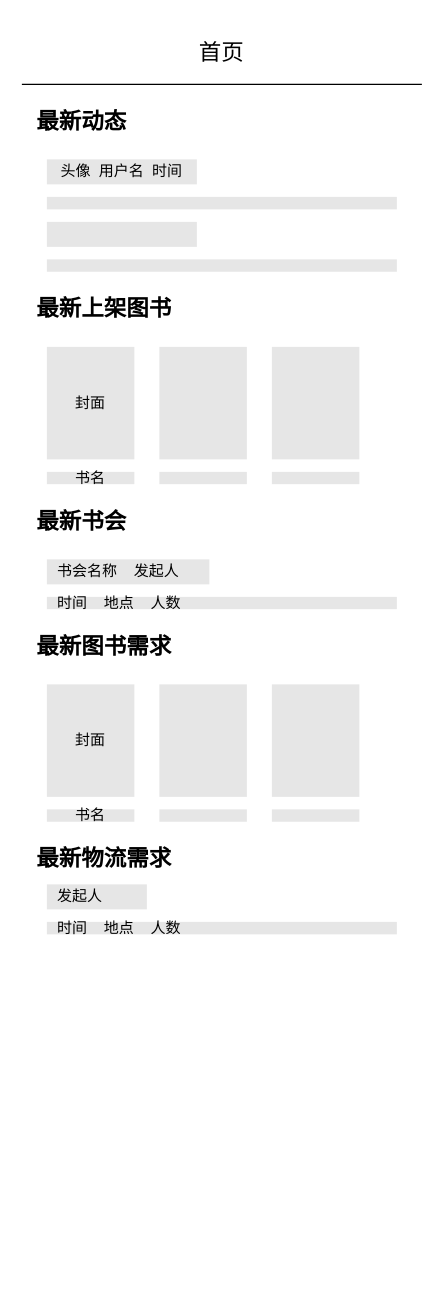
The draw.io diagram design/Wireframes.drawio in New-Citizen-Program/WavePure, before the edit. Source tidied: cells renumbered, new cells numbered last; positions are measured from the earlier drawing's top-left corner, leaving out a move shared by most shapes. Both pictures are drawn from the tidied source at 125%, with x=0, y=0 at pixel (21, 21).
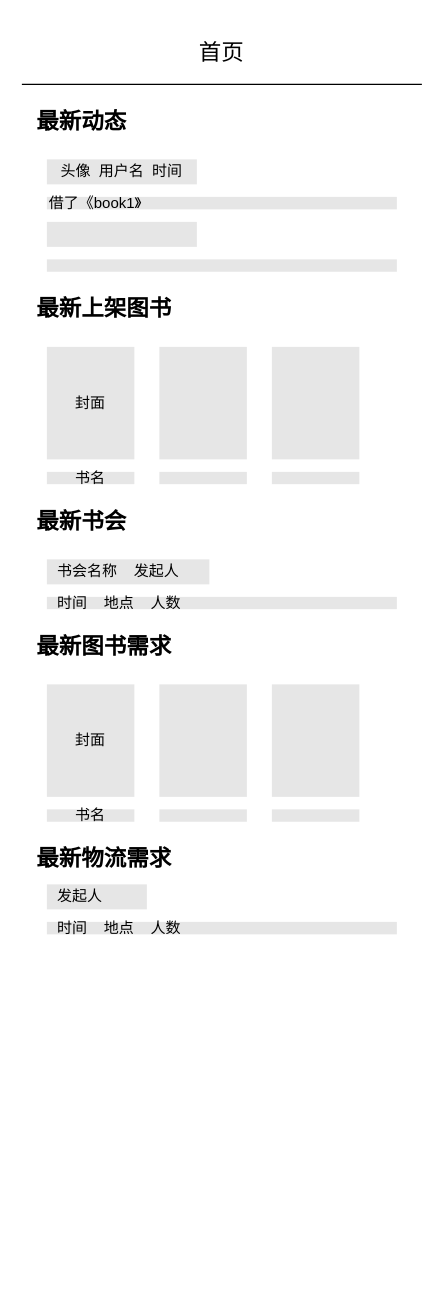
The same page after the edit.

Change to the diagram source:
```diff
@@
-    <mxCell id="6" style="rounded=0;whiteSpace=wrap;html=1;fillColor=#E6E6E6;strokeColor=none;" parent="1" vertex="1">
+    <mxCell id="6" value="借了《book1》" style="rounded=0;whiteSpace=wrap;html=1;fillColor=#E6E6E6;strokeColor=none;align=left;" parent="1" vertex="1">
       <mxGeometry x="20" y="140" width="280" height="10" as="geometry" />
     </mxCell>
```
